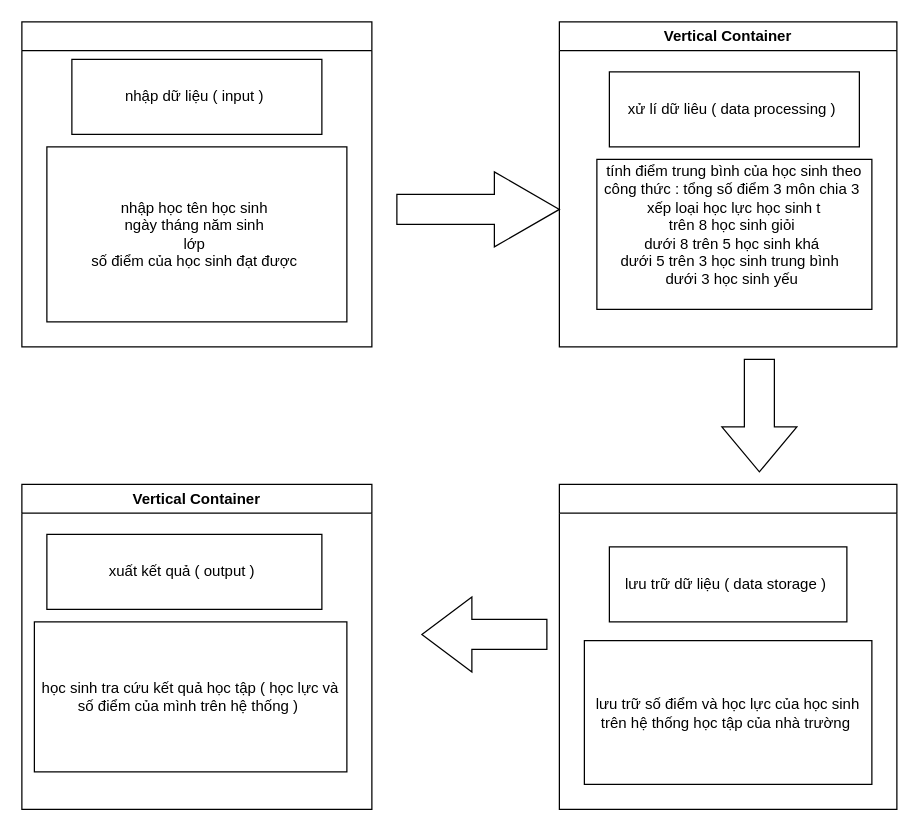
Earlier version of the draw.io diagram page "Trang-1" (1 of 3) of Biểu đồ không có tiêu đề.drawio (gly489151-maker/L-Gia-Huy_B25DTCN099_IT108_seasson1_BTVN-01-). Source tidied: cells renumbered, new cells numbered last; positions are measured from the earlier drawing's top-left corner, leaving out a move shared by most shapes. Both pictures are drawn from the tidied source at 125%, with x=0, y=0 at pixel (21, 21).
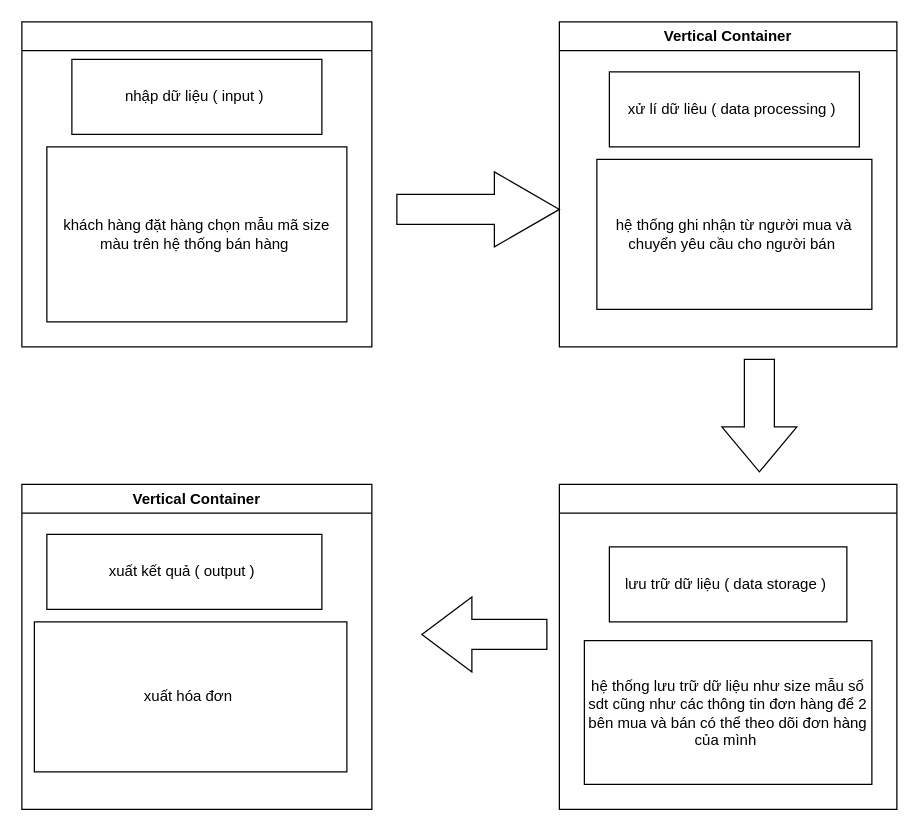
Above is the later version.

Commit message:
Lý Gia Huy_B25DTCN099_session1_btvn 8

What changed in the source:
```diff
@@
 <mxGraphModel>
   <root>
     <mxCell id="0" />
     <mxCell id="1" parent="0" />
     <mxCell id="2" style="swimlane;whiteSpace=wrap;html=1;" parent="1" vertex="1">
       <mxGeometry width="280" height="260" as="geometry" />
     </mxCell>
     <mxCell id="3" value="nhập dữ liệu ( input )&amp;nbsp;" style="rounded=0;whiteSpace=wrap;html=1;" parent="2" vertex="1">
       <mxGeometry x="40" y="30" width="200" height="60" as="geometry" />
     </mxCell>
-    <mxCell id="4" value="nhập học tên học sinh&amp;nbsp;&lt;div&gt;ngày tháng năm sinh&amp;nbsp;&lt;/div&gt;&lt;div&gt;lớp&amp;nbsp;&lt;/div&gt;&lt;div&gt;số điểm của học sinh đạt được&amp;nbsp;&lt;/div&gt;" style="rounded=0;whiteSpace=wrap;html=1;" parent="2" vertex="1">
+    <mxCell id="4" value="khách hàng đặt hàng chọn mẫu mã size màu trên hệ thống bán hàng&amp;nbsp;" style="rounded=0;whiteSpace=wrap;html=1;" parent="2" vertex="1">
       <mxGeometry x="20" y="100" width="240" height="140" as="geometry" />
     </mxCell>
     <mxCell id="5" style="shape=singleArrow;whiteSpace=wrap;html=1;arrowWidth=0.4;arrowSize=0.4;" parent="1" vertex="1">
       <mxGeometry x="300" y="120" width="130" height="60" as="geometry" />
     </mxCell>
     <mxCell id="6" value="Vertical Container" style="swimlane;whiteSpace=wrap;html=1;" parent="1" vertex="1">
       <mxGeometry x="430" width="270" height="260" as="geometry" />
     </mxCell>
     <mxCell id="7" value="xử lí dữ liêu ( data processing )&amp;nbsp;" style="rounded=0;whiteSpace=wrap;html=1;" parent="6" vertex="1">
       <mxGeometry x="40" y="40" width="200" height="60" as="geometry" />
     </mxCell>
-    <mxCell id="8" value="tính điểm trung bình của học sinh theo công thức : tổng số điểm 3 môn chia 3&amp;nbsp;&lt;div&gt;xếp loại học lực học sinh t&lt;/div&gt;&lt;div&gt;trên 8 học sinh giỏi&amp;nbsp;&lt;/div&gt;&lt;div&gt;dưới 8 trên 5 học sinh khá&amp;nbsp;&lt;/div&gt;&lt;div&gt;dưới 5 trên 3 học sinh trung bình&amp;nbsp;&amp;nbsp;&lt;/div&gt;&lt;div&gt;dưới 3 học sinh yếu&amp;nbsp;&lt;/div&gt;&lt;div&gt;&lt;br&gt;&lt;/div&gt;" style="rounded=0;whiteSpace=wrap;html=1;" parent="6" vertex="1">
+    <mxCell id="8" value="&lt;div&gt;hệ thống ghi nhận từ người mua và chuyển yêu cầu cho người bán&amp;nbsp;&lt;/div&gt;" style="rounded=0;whiteSpace=wrap;html=1;" parent="6" vertex="1">
       <mxGeometry x="30" y="110" width="220" height="120" as="geometry" />
     </mxCell>
     <mxCell id="9" style="shape=singleArrow;whiteSpace=wrap;html=1;arrowWidth=0.4;arrowSize=0.4;direction=south;" parent="1" vertex="1">
       <mxGeometry x="560" y="270" width="60" height="90" as="geometry" />
     </mxCell>
     <mxCell id="10" style="swimlane;whiteSpace=wrap;html=1;" parent="1" vertex="1">
       <mxGeometry x="430" y="370" width="270" height="260" as="geometry" />
     </mxCell>
     <mxCell id="11" value="lưu trữ dữ liệu ( data storage )&amp;nbsp;" style="rounded=0;whiteSpace=wrap;html=1;" parent="10" vertex="1">
       <mxGeometry x="40" y="50" width="190" height="60" as="geometry" />
     </mxCell>
-    <mxCell id="12" value="lưu trữ số điểm và học lực của học sinh trên hệ thống học tập của nhà trường&amp;nbsp;" style="rounded=0;whiteSpace=wrap;html=1;" parent="10" vertex="1">
+    <mxCell id="12" value="hệ thống lưu trữ dữ liệu như size mẫu số sdt cũng như các thông tin đơn hàng để 2 bên mua và bán có thể theo dõi đơn hàng của mình&amp;nbsp;" style="rounded=0;whiteSpace=wrap;html=1;" parent="10" vertex="1">
       <mxGeometry x="20" y="125" width="230" height="115" as="geometry" />
     </mxCell>
     <mxCell id="13" style="shape=singleArrow;whiteSpace=wrap;html=1;arrowWidth=0.4;arrowSize=0.4;direction=west;" parent="1" vertex="1">
       <mxGeometry x="320" y="460" width="100" height="60" as="geometry" />
     </mxCell>
     <mxCell id="14" value="Vertical Container" style="swimlane;whiteSpace=wrap;html=1;" parent="1" vertex="1">
       <mxGeometry y="370" width="280" height="260" as="geometry" />
     </mxCell>
     <mxCell id="15" value="xuất kết quả ( output )&amp;nbsp;" style="rounded=0;whiteSpace=wrap;html=1;" parent="14" vertex="1">
       <mxGeometry x="20" y="40" width="220" height="60" as="geometry" />
     </mxCell>
-    <mxCell id="16" value="học sinh tra cứu kết quả học tập ( học lực và số điểm của mình trên hệ thống )&amp;nbsp;" style="rounded=0;whiteSpace=wrap;html=1;" parent="14" vertex="1">
+    <mxCell id="16" value="xuất hóa đơn&amp;nbsp;" style="rounded=0;whiteSpace=wrap;html=1;" parent="14" vertex="1">
       <mxGeometry x="10" y="110" width="250" height="120" as="geometry" />
     </mxCell>
   </root>
 </mxGraphModel>
```
